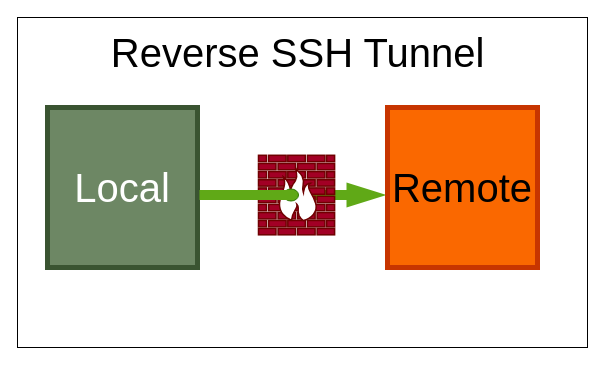
devnull-hub/devnull.github.io keeps this draw.io diagram as blog/linux/ssh/reverse/ssh_reverse.drawio. Above is the earlier version. Source tidied: cells renumbered, new cells numbered last; positions are measured from the earlier drawing's top-left corner, leaving out a move shared by most shapes. Both pictures are drawn from the tidied source at 100%, with x=0, y=0 at pixel (17, 17).
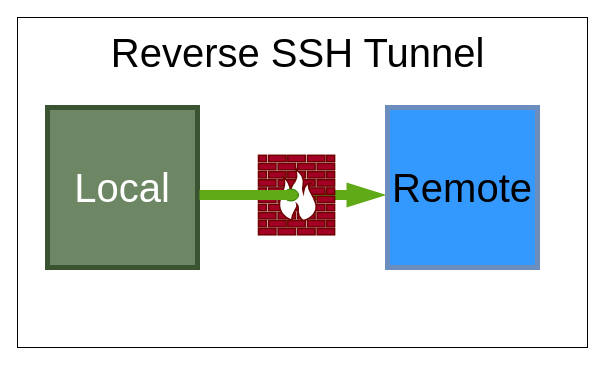
The same page after the edit.

What changed in the source:
```diff
@@
 <mxGraphModel>
   <root>
     <mxCell id="0" />
     <mxCell id="1" parent="0" />
     <mxCell id="2" style="whiteSpace=wrap;html=1;fontSize=40;strokeWidth=1;" parent="1" vertex="1">
       <mxGeometry width="570" height="330" as="geometry" />
     </mxCell>
     <mxCell id="3" style="html=1;shadow=0;dashed=0;align=center;verticalAlign=middle;shape=mxgraph.arrows2.arrow;dy=0.6;dx=40;flipH=1;notch=0;fontSize=40;strokeColor=none;strokeWidth=5;fillColor=#60a917;fontColor=#ffffff;rotation=-180;" parent="1" vertex="1">
       <mxGeometry x="269" y="165" width="100" height="25" as="geometry" />
     </mxCell>
     <mxCell id="4" style="fontColor=#ffffff;verticalAlign=top;verticalLabelPosition=bottom;labelPosition=center;align=center;html=1;fillColor=#a20025;strokeColor=#6F0000;gradientDirection=north;strokeWidth=2;shape=mxgraph.networks.firewall;fontSize=40;" parent="1" vertex="1">
       <mxGeometry x="241" y="137.8" width="76.1" height="79.5" as="geometry" />
     </mxCell>
     <mxCell id="5" style="strokeWidth=1;html=1;shape=mxgraph.flowchart.start_2;whiteSpace=wrap;fontSize=40;fillColor=#60a917;strokeColor=#2D7600;fontColor=#ffffff;" parent="1" vertex="1">
       <mxGeometry x="266" y="171.5" width="15" height="12" as="geometry" />
     </mxCell>
     <mxCell id="6" value="&lt;font style=&quot;font-size: 40px&quot;&gt;Reverse SSH Tunnel&lt;/font&gt;" style="text;html=1;align=center;verticalAlign=middle;fillColor=none;strokeColor=none;rounded=0;" parent="1" vertex="1">
       <mxGeometry x="84.5" y="20" width="390" height="30" as="geometry" />
     </mxCell>
     <mxCell id="7" value="&lt;div&gt;&lt;span&gt;Local&lt;/span&gt;&lt;/div&gt;" style="whiteSpace=wrap;html=1;fontSize=40;fillColor=#6d8764;fontColor=#ffffff;strokeColor=#3A5431;align=center;strokeWidth=5;" parent="1" vertex="1">
       <mxGeometry x="30" y="90" width="150" height="160" as="geometry" />
     </mxCell>
-    <mxCell id="8" value="&lt;div&gt;&lt;span&gt;Remote&lt;/span&gt;&lt;/div&gt;" style="whiteSpace=wrap;html=1;fontSize=40;fillColor=#fa6800;fontColor=#000000;strokeColor=#C73500;align=center;strokeWidth=5;" parent="1" vertex="1">
+    <mxCell id="8" value="&lt;div&gt;&lt;span&gt;Remote&lt;/span&gt;&lt;/div&gt;" style="whiteSpace=wrap;html=1;fontSize=40;fillColor=#3399FF;fontColor=#000000;strokeColor=#6C8EBF;align=center;strokeWidth=5;" parent="1" vertex="1">
       <mxGeometry x="370" y="90" width="150" height="160" as="geometry" />
     </mxCell>
     <mxCell id="9" style="whiteSpace=wrap;html=1;gradientColor=none;fillColor=#60A917;strokeColor=none;" parent="1" vertex="1">
       <mxGeometry x="182" y="172.5" width="93" height="10" as="geometry" />
     </mxCell>
   </root>
 </mxGraphModel>
```
